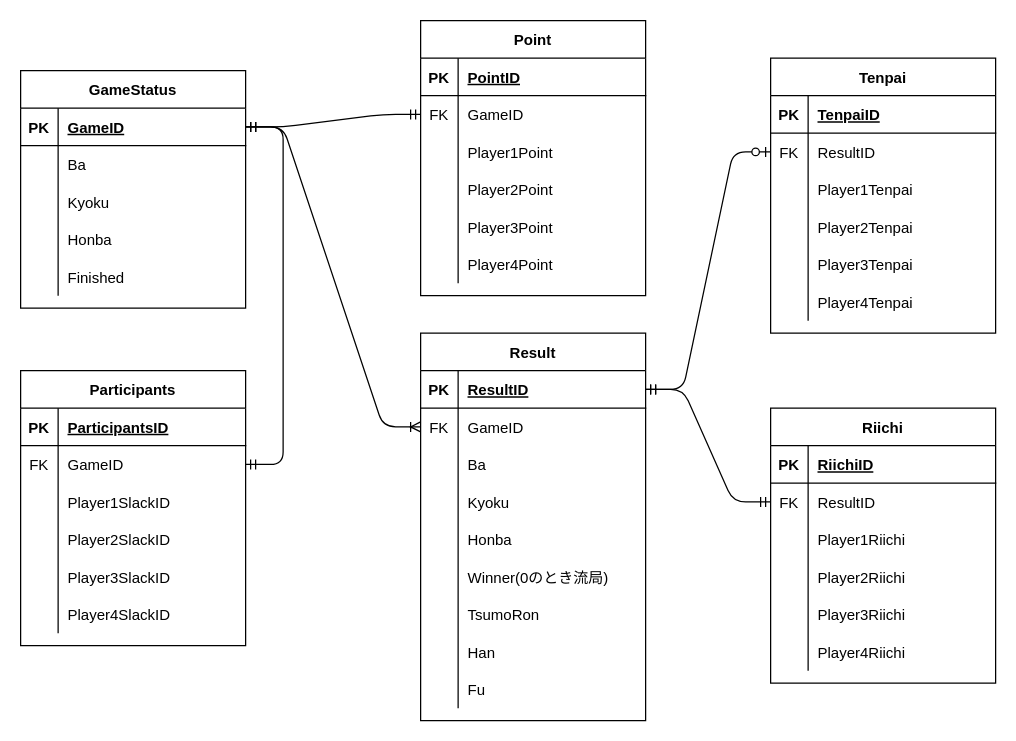
This is ER.dio from landcelita/mahjong-management-slack-app-with-azure, a draw.io file, before an edit. Source tidied: cells renumbered, new cells numbered last; positions are measured from the earlier drawing's top-left corner, leaving out a move shared by most shapes. Both pictures are drawn from the tidied source at 125%, with x=0, y=0 at pixel (20, 20).
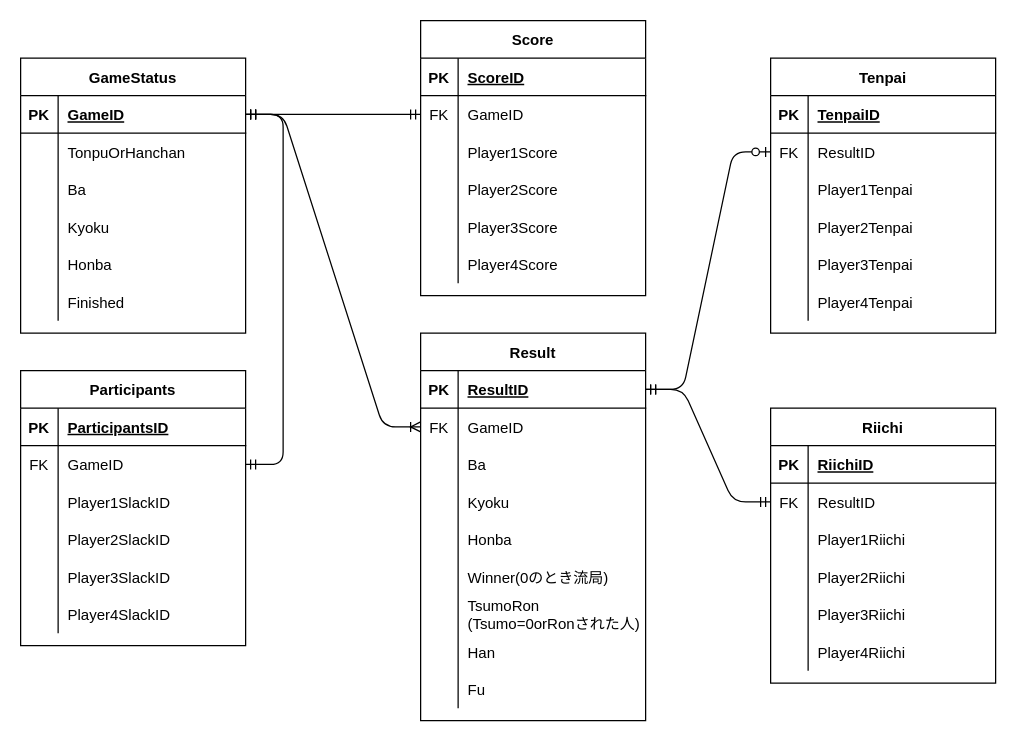
Above is the later version.

The change refers to these unchanged cells:
```xml
<mxCell id="25" style="shape=partialRectangle;fillColor=none;top=0;left=0;bottom=0;right=0;" parent="21" vertex="1">
  <mxGeometry y="60" width="180" height="30" as="geometry" />
</mxCell>
<mxCell id="39" style="shape=partialRectangle;fillColor=none;top=0;left=0;bottom=1;right=0;" parent="38" vertex="1">
  <mxGeometry y="30" width="180" height="30" as="geometry" />
</mxCell>
<mxCell id="45" style="shape=partialRectangle;fillColor=none;top=0;left=0;bottom=0;right=0;" parent="38" vertex="1">
  <mxGeometry y="90" width="180" height="30" as="geometry" />
</mxCell>
<mxCell id="48" style="shape=partialRectangle;fillColor=none;top=0;left=0;bottom=0;right=0;" parent="38" vertex="1">
  <mxGeometry y="120" width="180" height="30" as="geometry" />
</mxCell>
<mxCell id="51" style="shape=partialRectangle;fillColor=none;top=0;left=0;bottom=0;right=0;" parent="38" vertex="1">
  <mxGeometry y="150" width="180" height="30" as="geometry" />
</mxCell>
<mxCell id="54" style="shape=partialRectangle;fillColor=none;top=0;left=0;bottom=0;right=0;" parent="38" vertex="1">
  <mxGeometry y="180" width="180" height="30" as="geometry" />
</mxCell>
<mxCell id="77" style="shape=partialRectangle;fillColor=none;top=0;left=0;bottom=0;right=0;" parent="58" vertex="1">
  <mxGeometry y="210" width="180" height="30" as="geometry" />
</mxCell>
```

The edit, as a diff of the source:
```diff
@@
     <mxCell id="21" value="GameStatus" style="shape=table;startSize=30;childLayout=tableLayout;rowLines=0;fontStyle=1;align=center;" parent="1" vertex="1">
-      <mxGeometry y="40" width="180" height="190" as="geometry" />
+      <mxGeometry y="30" width="180" height="220" as="geometry" />
     </mxCell>
@@
-    <mxCell id="27" value="Ba" style="shape=partialRectangle;fillColor=none;top=0;left=0;bottom=0;right=0;align=left;spacingLeft=6;overflow=hidden;" parent="25" vertex="1">
+    <mxCell id="27" value="TonpuOrHanchan" style="shape=partialRectangle;fillColor=none;top=0;left=0;bottom=0;right=0;align=left;spacingLeft=6;overflow=hidden;" parent="25" vertex="1">
       <mxGeometry x="30" width="150" height="30" as="geometry" />
     </mxCell>
+    <mxCell id="127" style="shape=partialRectangle;fillColor=none;top=0;left=0;bottom=0;right=0;" parent="21" vertex="1">
+      <mxGeometry y="90" width="180" height="30" as="geometry" />
+    </mxCell>
+    <mxCell id="128" style="shape=partialRectangle;fillColor=none;top=0;left=0;bottom=0;right=0;overflow=hidden;" parent="127" vertex="1">
+      <mxGeometry width="30" height="30" as="geometry" />
+    </mxCell>
+    <mxCell id="129" value="Ba" style="shape=partialRectangle;fillColor=none;top=0;left=0;bottom=0;right=0;align=left;spacingLeft=6;overflow=hidden;" parent="127" vertex="1">
+      <mxGeometry x="30" width="150" height="30" as="geometry" />
+    </mxCell>
     <mxCell id="28" style="shape=partialRectangle;fillColor=none;top=0;left=0;bottom=0;right=0;" parent="21" vertex="1">
-      <mxGeometry y="90" width="180" height="30" as="geometry" />
+      <mxGeometry y="120" width="180" height="30" as="geometry" />
     </mxCell>
@@
     <mxCell id="31" style="shape=partialRectangle;fillColor=none;top=0;left=0;bottom=0;right=0;" parent="21" vertex="1">
-      <mxGeometry y="120" width="180" height="30" as="geometry" />
+      <mxGeometry y="150" width="180" height="30" as="geometry" />
     </mxCell>
@@
     <mxCell id="34" style="shape=partialRectangle;fillColor=none;top=0;left=0;bottom=0;right=0;" parent="21" vertex="1">
-      <mxGeometry y="150" width="180" height="30" as="geometry" />
+      <mxGeometry y="180" width="180" height="30" as="geometry" />
     </mxCell>
@@
-    <mxCell id="38" value="Point" style="shape=table;startSize=30;childLayout=tableLayout;rowLines=0;fontStyle=1;align=center;" parent="1" vertex="1">
+    <mxCell id="38" value="Score" style="shape=table;startSize=30;childLayout=tableLayout;rowLines=0;fontStyle=1;align=center;" parent="1" vertex="1">
       <mxGeometry x="320" width="180" height="220" as="geometry" />
     </mxCell>
@@
-    <mxCell id="41" value="PointID" style="shape=partialRectangle;fillColor=none;top=0;left=0;bottom=0;right=0;align=left;spacingLeft=6;fontStyle=5;overflow=hidden;" parent="39" vertex="1">
+    <mxCell id="41" value="ScoreID" style="shape=partialRectangle;fillColor=none;top=0;left=0;bottom=0;right=0;align=left;spacingLeft=6;fontStyle=5;overflow=hidden;" parent="39" vertex="1">
       <mxGeometry x="30" width="150" height="30" as="geometry" />
     </mxCell>
@@
-    <mxCell id="47" value="Player1Point" style="shape=partialRectangle;fillColor=none;top=0;left=0;bottom=0;right=0;align=left;spacingLeft=6;overflow=hidden;" parent="45" vertex="1">
+    <mxCell id="47" value="Player1Score" style="shape=partialRectangle;fillColor=none;top=0;left=0;bottom=0;right=0;align=left;spacingLeft=6;overflow=hidden;" parent="45" vertex="1">
       <mxGeometry x="30" width="150" height="30" as="geometry" />
     </mxCell>
@@
-    <mxCell id="50" value="Player2Point" style="shape=partialRectangle;fillColor=none;top=0;left=0;bottom=0;right=0;align=left;spacingLeft=6;overflow=hidden;" parent="48" vertex="1">
+    <mxCell id="50" value="Player2Score" style="shape=partialRectangle;fillColor=none;top=0;left=0;bottom=0;right=0;align=left;spacingLeft=6;overflow=hidden;" parent="48" vertex="1">
       <mxGeometry x="30" width="150" height="30" as="geometry" />
     </mxCell>
@@
-    <mxCell id="53" value="Player3Point" style="shape=partialRectangle;fillColor=none;top=0;left=0;bottom=0;right=0;align=left;spacingLeft=6;overflow=hidden;" parent="51" vertex="1">
+    <mxCell id="53" value="Player3Score" style="shape=partialRectangle;fillColor=none;top=0;left=0;bottom=0;right=0;align=left;spacingLeft=6;overflow=hidden;" parent="51" vertex="1">
       <mxGeometry x="30" width="150" height="30" as="geometry" />
     </mxCell>
@@
-    <mxCell id="56" value="Player4Point" style="shape=partialRectangle;fillColor=none;top=0;left=0;bottom=0;right=0;align=left;spacingLeft=6;overflow=hidden;" parent="54" vertex="1">
+    <mxCell id="56" value="Player4Score" style="shape=partialRectangle;fillColor=none;top=0;left=0;bottom=0;right=0;align=left;spacingLeft=6;overflow=hidden;" parent="54" vertex="1">
       <mxGeometry x="30" width="150" height="30" as="geometry" />
     </mxCell>
@@
-    <mxCell id="79" value="TsumoRon" style="shape=partialRectangle;fillColor=none;top=0;left=0;bottom=0;right=0;align=left;spacingLeft=6;overflow=hidden;" parent="77" vertex="1">
+    <mxCell id="79" value="TsumoRon&#10;(Tsumo=0orRonされた人)" style="shape=partialRectangle;fillColor=none;top=0;left=0;bottom=0;right=0;align=left;spacingLeft=6;overflow=hidden;" parent="77" vertex="1">
       <mxGeometry x="30" width="150" height="30" as="geometry" />
     </mxCell>
```
